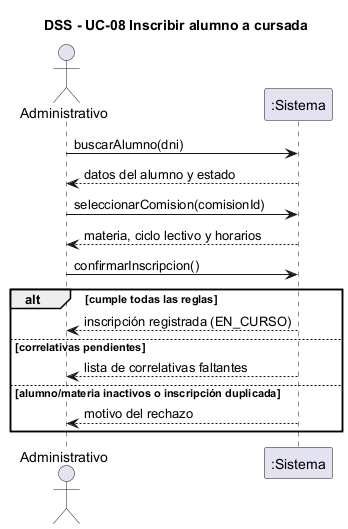
ISMAELALTHENOFER/BACKOFFICE-ACADEMICO-ITEC-N-1 keeps this PlantUML diagram as document/diagramas/dss-inscribir-alumno.png. Above is the earlier version. Its diagram source:
```plantuml
@startuml dss-inscribir-alumno
skinparam shadowing false
title DSS - UC-08 Inscribir alumno a cursada
actor "Administrativo" as U
participant ":Sistema" as S
U -> S : buscarAlumno(dni)
S --> U : datos del alumno y estado
U -> S : seleccionarComision(comisionId)
S --> U : materia, ciclo lectivo y horarios
U -> S : confirmarInscripcion()
alt cumple todas las reglas
  S --> U : inscripción registrada (EN_CURSO)
else correlativas pendientes
  S --> U : lista de correlativas faltantes
else alumno/materia inactivos o inscripción duplicada
  S --> U : motivo del rechazo
end
@enduml
```
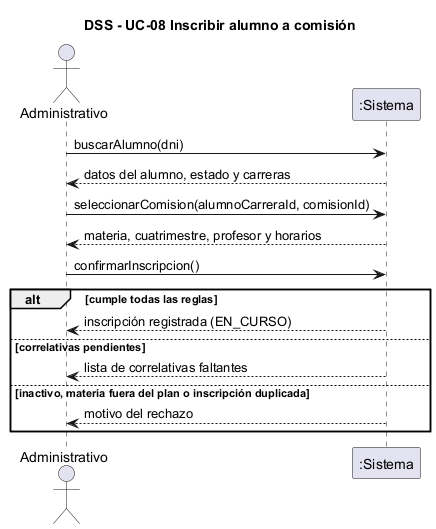
After the change.

Diff of the diagram source:
```diff
@@ -1,18 +1,18 @@
 @startuml dss-inscribir-alumno
 skinparam shadowing false
-title DSS - UC-08 Inscribir alumno a cursada
+title DSS - UC-08 Inscribir alumno a comisión
 actor "Administrativo" as U
 participant ":Sistema" as S
 U -> S : buscarAlumno(dni)
-S --> U : datos del alumno y estado
-U -> S : seleccionarComision(comisionId)
-S --> U : materia, ciclo lectivo y horarios
+S --> U : datos del alumno, estado y carreras
+U -> S : seleccionarComision(alumnoCarreraId, comisionId)
+S --> U : materia, cuatrimestre, profesor y horarios
 U -> S : confirmarInscripcion()
 alt cumple todas las reglas
   S --> U : inscripción registrada (EN_CURSO)
 else correlativas pendientes
   S --> U : lista de correlativas faltantes
-else alumno/materia inactivos o inscripción duplicada
+else inactivo, materia fuera del plan o inscripción duplicada
   S --> U : motivo del rechazo
 end
 @enduml
```
